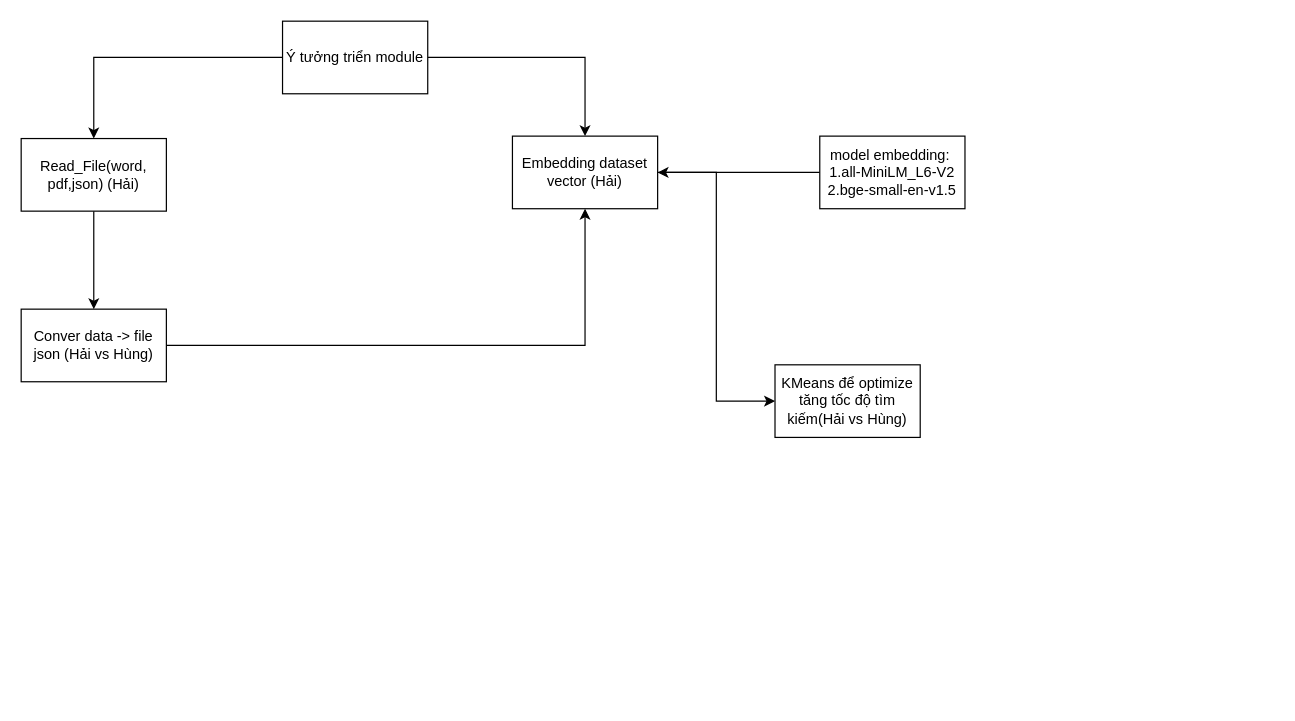
Above: page "Hải Nguyễn vs Hùng(Viết package)" (2 of 4) of ID.drawio in PhamVanHung412004/Building_a_physics_problem_solving_system (draw.io), before the change. Source tidied: cells renumbered, new cells numbered last; positions are measured from the earlier drawing's top-left corner, leaving out a move shared by most shapes. Both pictures are drawn from the tidied source at 121%, with x=0, y=0 at pixel (21, 21).
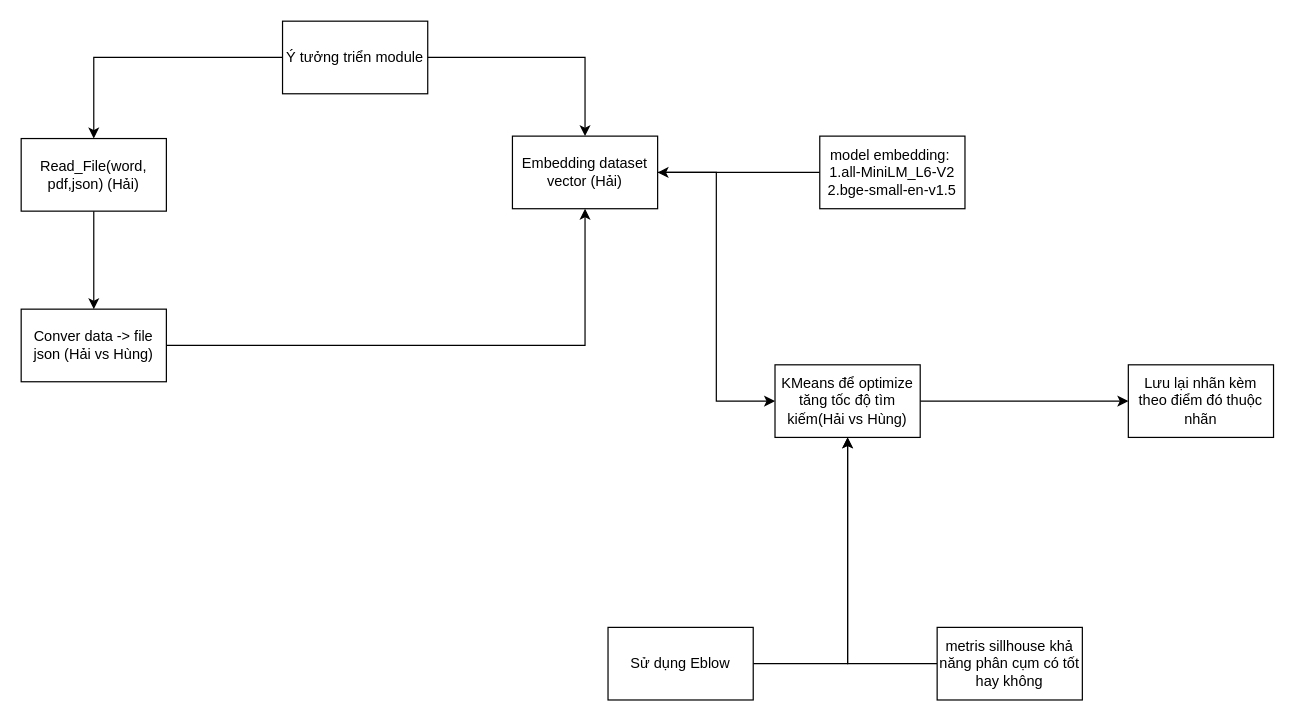
Above is the later version.

Diff of the diagram source:
```diff
@@
 <mxGraphModel>
   <root>
     <mxCell id="0" />
     <mxCell id="1" parent="0" />
     <mxCell id="2" style="edgeStyle=orthogonalEdgeStyle;rounded=0;jettySize=auto;html=1;" parent="1" edge="1" source="4" target="6">
       <mxGeometry relative="1" as="geometry" />
     </mxCell>
     <mxCell id="3" style="edgeStyle=orthogonalEdgeStyle;rounded=0;jettySize=auto;html=1;" parent="1" edge="1" source="4" target="8">
       <mxGeometry relative="1" as="geometry" />
     </mxCell>
     <mxCell id="4" value="Ý tưởng triển module" style="rounded=0;whiteSpace=wrap;html=1;" parent="1" vertex="1">
       <mxGeometry x="216" width="120" height="60" as="geometry" />
     </mxCell>
     <mxCell id="5" style="edgeStyle=orthogonalEdgeStyle;rounded=0;jettySize=auto;html=1;" parent="1" edge="1" source="6" target="10">
       <mxGeometry relative="1" as="geometry" />
     </mxCell>
     <mxCell id="6" value="Read_File(word, pdf,json) (Hải)" style="whiteSpace=wrap;html=1;rounded=0;" parent="1" vertex="1">
       <mxGeometry y="97" width="120" height="60" as="geometry" />
     </mxCell>
     <mxCell id="7" style="edgeStyle=orthogonalEdgeStyle;rounded=0;jettySize=auto;html=1;entryX=0;entryY=0.5;entryDx=0;entryDy=0;" parent="1" edge="1" source="8" target="13">
       <mxGeometry relative="1" as="geometry" />
     </mxCell>
     <mxCell id="8" value="Embedding dataset&lt;div&gt;vector (Hải)&lt;/div&gt;" style="whiteSpace=wrap;html=1;rounded=0;" parent="1" vertex="1">
       <mxGeometry x="406" y="95" width="120" height="60" as="geometry" />
     </mxCell>
     <mxCell id="9" style="edgeStyle=orthogonalEdgeStyle;rounded=0;jettySize=auto;html=1;entryX=0.5;entryY=1;entryDx=0;entryDy=0;" parent="1" edge="1" source="10" target="8">
       <mxGeometry relative="1" as="geometry" />
     </mxCell>
     <mxCell id="10" value="Conver data -&amp;gt; file json (Hải vs Hùng)" style="whiteSpace=wrap;html=1;rounded=0;" parent="1" vertex="1">
       <mxGeometry y="238" width="120" height="60" as="geometry" />
     </mxCell>
     <mxCell id="11" style="edgeStyle=orthogonalEdgeStyle;rounded=0;jettySize=auto;html=1;exitX=0;exitY=0.5;exitDx=0;exitDy=0;entryX=1;entryY=0.5;entryDx=0;entryDy=0;" parent="1" edge="1" source="12" target="8">
       <mxGeometry relative="1" as="geometry" />
     </mxCell>
     <mxCell id="12" value="model embedding:&amp;nbsp;&lt;div&gt;1.all-MiniLM_L6-V2&lt;div&gt;2.bge-small-en-v1.5&lt;/div&gt;&lt;/div&gt;" style="whiteSpace=wrap;html=1;" parent="1" vertex="1">
       <mxGeometry x="660" y="95" width="120" height="60" as="geometry" />
     </mxCell>
+    <mxCell id="14" style="edgeStyle=orthogonalEdgeStyle;rounded=0;jettySize=auto;html=1;" parent="1" edge="1" source="13" target="19">
+      <mxGeometry relative="1" as="geometry" />
+    </mxCell>
     <mxCell id="13" value="KMeans để optimize tăng tốc độ tìm kiếm(Hải vs Hùng)" style="rounded=0;whiteSpace=wrap;html=1;" parent="1" vertex="1">
       <mxGeometry x="623" y="284" width="120" height="60" as="geometry" />
     </mxCell>
+    <mxCell id="15" style="edgeStyle=orthogonalEdgeStyle;rounded=0;jettySize=auto;html=1;exitX=1;exitY=0.5;exitDx=0;exitDy=0;entryX=0.5;entryY=1;entryDx=0;entryDy=0;" parent="1" edge="1" source="16" target="13">
+      <mxGeometry relative="1" as="geometry" />
+    </mxCell>
+    <mxCell id="16" value="Sử dụng Eblow" style="rounded=0;whiteSpace=wrap;html=1;" parent="1" vertex="1">
+      <mxGeometry x="485" y="501" width="120" height="60" as="geometry" />
+    </mxCell>
+    <mxCell id="17" style="edgeStyle=orthogonalEdgeStyle;rounded=0;jettySize=auto;html=1;exitX=0;exitY=0.5;exitDx=0;exitDy=0;entryX=0.5;entryY=1;entryDx=0;entryDy=0;" parent="1" edge="1" source="18" target="13">
+      <mxGeometry relative="1" as="geometry" />
+    </mxCell>
+    <mxCell id="18" value="metris sillhouse khả năng phân cụm có tốt hay không" style="whiteSpace=wrap;html=1;" parent="1" vertex="1">
+      <mxGeometry x="757" y="501" width="120" height="60" as="geometry" />
+    </mxCell>
+    <mxCell id="19" value="Lưu lại nhãn kèm theo điểm đó thuộc nhãn" style="whiteSpace=wrap;html=1;rounded=0;" parent="1" vertex="1">
+      <mxGeometry x="915" y="284" width="120" height="60" as="geometry" />
+    </mxCell>
   </root>
 </mxGraphModel>
```
